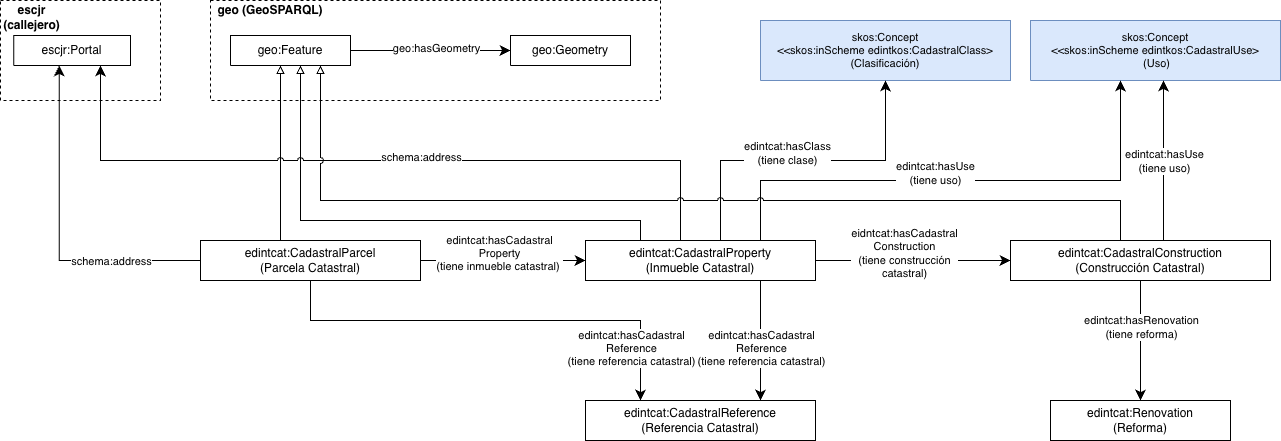
EDINT-Ontologia/edint-ontologia-catastro keeps this draw.io diagram as diagrams/diagram.png. Above is the earlier version. Source tidied: cells renumbered, new cells last; positions are measured from the earlier drawing's top-left corner, leaving out a move shared by most shapes.
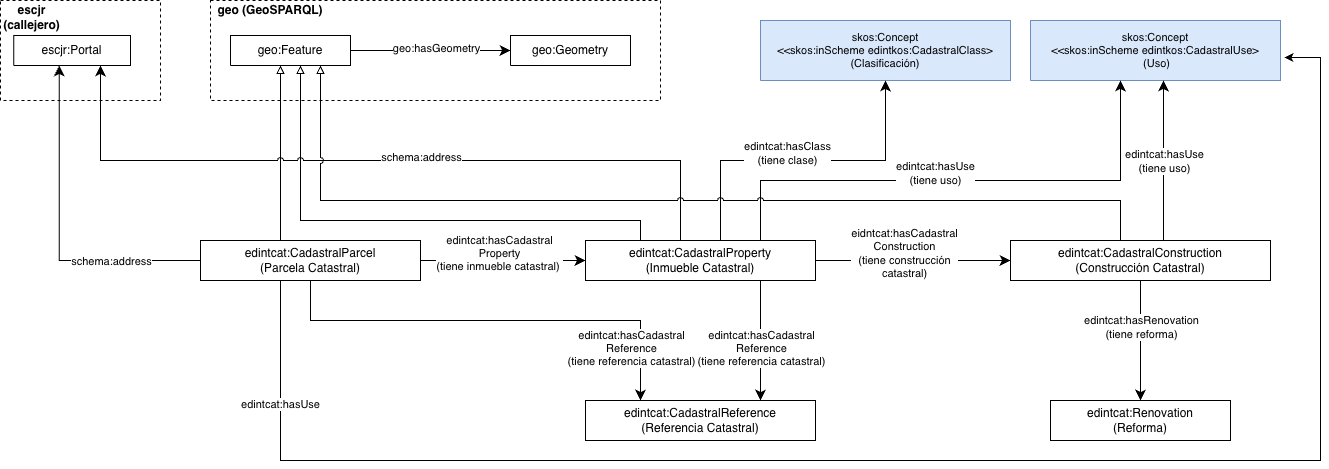
After the change.

Diff of the diagram source:
```diff
@@ -203,5 +203,18 @@
         </Array>
       </mxGeometry>
     </mxCell>
+    <mxCell id="44" style="endArrow=classic;html=1;rounded=0;entryX=1.016;entryY=0.617;entryDx=0;entryDy=0;entryPerimeter=0;edgeStyle=orthogonalEdgeStyle;" parent="1" edge="1" target="3">
+      <mxGeometry relative="1" as="geometry">
+        <mxPoint x="280" y="280" as="sourcePoint" />
+        <Array as="points">
+          <mxPoint x="280" y="460" />
+          <mxPoint x="1320" y="460" />
+          <mxPoint x="1320" y="57" />
+        </Array>
+      </mxGeometry>
+    </mxCell>
+    <mxCell id="45" value="edintcat:hasUse" style="edgeLabel;html=1;align=center;verticalAlign=middle;" parent="44" vertex="1">
+      <mxGeometry x="-0.85" y="-1" relative="1" as="geometry" />
+    </mxCell>
   </root>
 </mxGraphModel>
```
